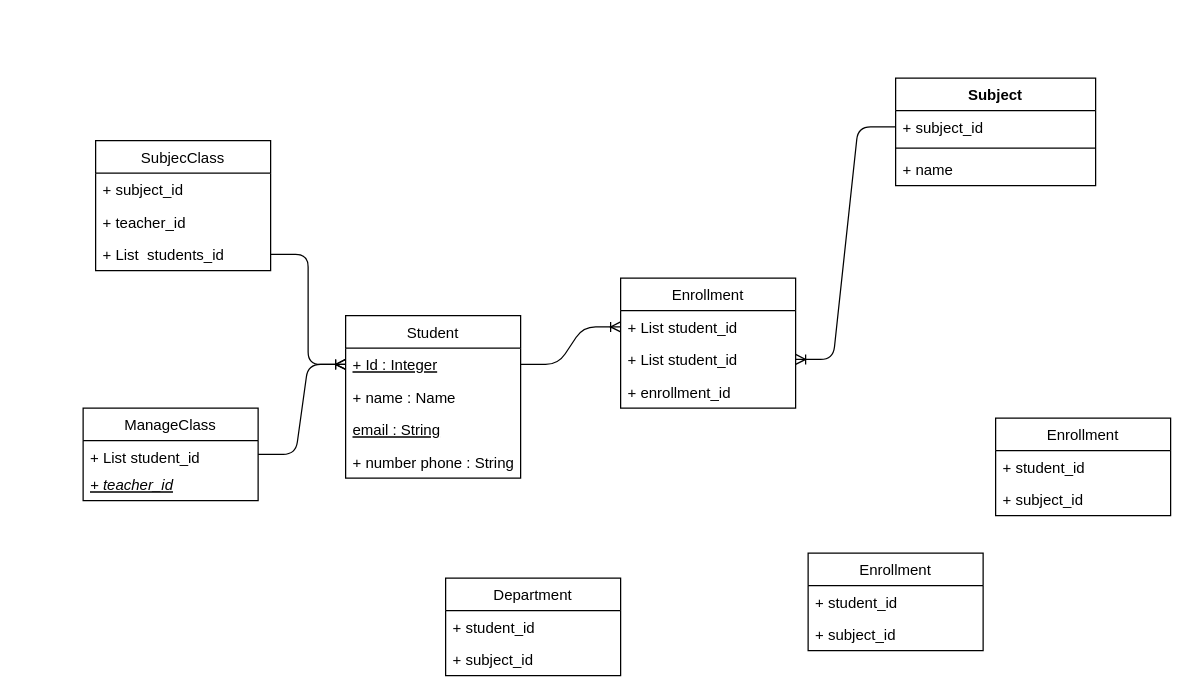
This is rewritesinhvien/class-diagram.drawio from duyhelloworld/spring-boot-learning-all, a draw.io file, before an edit. Source tidied: cells renumbered, new cells numbered last; positions are measured from the earlier drawing's top-left corner, leaving out a move shared by most shapes. Both pictures are drawn from the tidied source at 125%, with x=0, y=0 at pixel (82, 78).
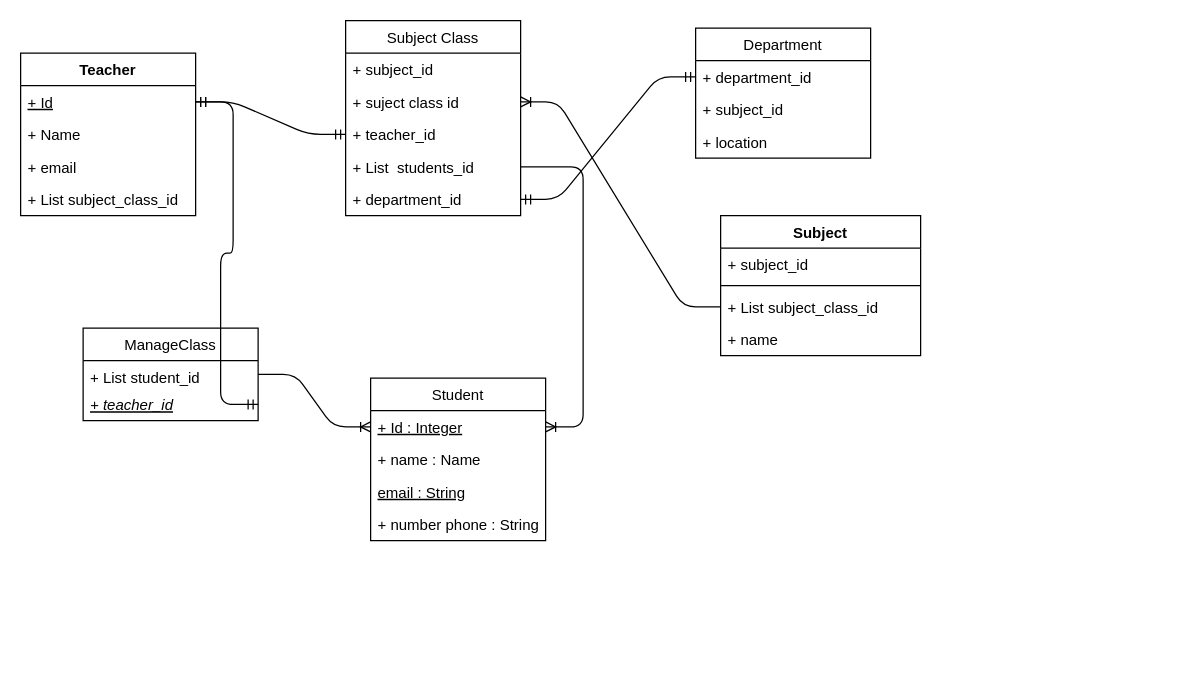
The same page after the edit.

The change refers to these unchanged cells:
```xml
<mxCell id="3" value="+ Id : Integer" style="text;strokeColor=none;fillColor=none;align=left;verticalAlign=top;spacingLeft=4;spacingRight=4;overflow=hidden;points=[[0,0.5],[1,0.5]];portConstraint=eastwest;fontStyle=4;" parent="2" vertex="1">
  <mxGeometry y="26" width="140" height="26" as="geometry" />
</mxCell>
<mxCell id="8" value="+ subject_id" style="text;strokeColor=none;fillColor=none;align=left;verticalAlign=top;spacingLeft=4;spacingRight=4;overflow=hidden;points=[[0,0.5],[1,0.5]];portConstraint=eastwest;" parent="7" vertex="1">
  <mxGeometry y="26" width="160" height="26" as="geometry" />
</mxCell>
<mxCell id="22" value="+ teacher_id" style="text;strokeColor=none;fillColor=none;align=left;verticalAlign=top;spacingLeft=4;spacingRight=4;overflow=hidden;points=[[0,0.5],[1,0.5]];portConstraint=eastwest;fontStyle=6;" parent="20" vertex="1">
  <mxGeometry y="48" width="140" height="26" as="geometry" />
</mxCell>
```

What changed in the source:
```diff
@@
     <mxCell id="2" value="Student" style="swimlane;fontStyle=0;horizontal=1;startSize=26;fillColor=none;" parent="1" vertex="1">
-      <mxGeometry x="210" y="190" width="140" height="130" as="geometry" />
+      <mxGeometry x="230" y="240" width="140" height="130" as="geometry" />
     </mxCell>
@@
-    <mxCell id="7" value="Subject&#10;" style="swimlane;fontStyle=1;align=center;verticalAlign=top;horizontal=1;startSize=26;" parent="1" vertex="1">
-      <mxGeometry x="650" width="160" height="86" as="geometry" />
+    <mxCell id="7" value="Subject" style="swimlane;fontStyle=1;align=center;verticalAlign=top;horizontal=1;startSize=26;" parent="1" vertex="1">
+      <mxGeometry x="510" y="110" width="160" height="112" as="geometry" />
     </mxCell>
@@
+    <mxCell id="35" value="+ List subject_class_id" style="text;strokeColor=none;fillColor=none;align=left;verticalAlign=top;spacingLeft=4;spacingRight=4;overflow=hidden;points=[[0,0.5],[1,0.5]];portConstraint=eastwest;" parent="7" vertex="1">
+      <mxGeometry y="60" width="160" height="26" as="geometry" />
+    </mxCell>
     <mxCell id="10" value="+ name" style="text;strokeColor=none;fillColor=none;align=left;verticalAlign=top;spacingLeft=4;spacingRight=4;overflow=hidden;" parent="7" vertex="1">
-      <mxGeometry y="60" width="160" height="26" as="geometry" />
+      <mxGeometry y="86" width="160" height="26" as="geometry" />
     </mxCell>
-    <mxCell id="11" value="Enrollment" style="swimlane;fontStyle=0;horizontal=1;startSize=26;fillColor=none;" parent="1" vertex="1">
-      <mxGeometry x="430" y="160" width="140" height="104" as="geometry" />
-    </mxCell>
-    <mxCell id="12" value="+ List student_id" style="text;strokeColor=none;fillColor=none;align=left;verticalAlign=top;spacingLeft=4;spacingRight=4;overflow=hidden;points=[[0,0.5],[1,0.5]];portConstraint=eastwest;" parent="11" vertex="1">
-      <mxGeometry y="26" width="140" height="26" as="geometry" />
-    </mxCell>
-    <mxCell id="13" value="+ List student_id" style="text;strokeColor=none;fillColor=none;align=left;verticalAlign=top;spacingLeft=4;spacingRight=4;overflow=hidden;points=[[0,0.5],[1,0.5]];portConstraint=eastwest;" parent="11" vertex="1">
-      <mxGeometry y="52" width="140" height="26" as="geometry" />
-    </mxCell>
-    <mxCell id="14" value="+ enrollment_id" style="text;strokeColor=none;fillColor=none;align=left;verticalAlign=top;spacingLeft=4;spacingRight=4;overflow=hidden;" parent="11" vertex="1">
-      <mxGeometry y="78" width="140" height="26" as="geometry" />
-    </mxCell>
-    <mxCell id="15" style="edgeStyle=entityRelationEdgeStyle;fontSize=12;endArrow=ERoneToMany;" parent="1" edge="1" source="3" target="12">
-      <mxGeometry relative="1" as="geometry" />
-    </mxCell>
-    <mxCell id="16" style="edgeStyle=entityRelationEdgeStyle;fontSize=12;endArrow=ERoneToMany;exitX=0;exitY=0.5;exitDx=0;exitDy=0;entryX=1;entryY=0.5;entryDx=0;entryDy=0;" parent="1" edge="1" source="8" target="13">
-      <mxGeometry relative="1" as="geometry" />
-    </mxCell>
-    <mxCell id="17" value="Enrollment" style="swimlane;fontStyle=0;horizontal=1;startSize=26;fillColor=none;" parent="1" vertex="1">
-      <mxGeometry x="730" y="272" width="140" height="78" as="geometry" />
-    </mxCell>
-    <mxCell id="18" value="+ student_id" style="text;strokeColor=none;fillColor=none;align=left;verticalAlign=top;spacingLeft=4;spacingRight=4;overflow=hidden;" parent="17" vertex="1">
-      <mxGeometry y="26" width="140" height="26" as="geometry" />
-    </mxCell>
-    <mxCell id="19" value="+ subject_id" style="text;strokeColor=none;fillColor=none;align=left;verticalAlign=top;spacingLeft=4;spacingRight=4;overflow=hidden;" parent="17" vertex="1">
-      <mxGeometry y="52" width="140" height="26" as="geometry" />
-    </mxCell>
     <mxCell id="20" value="ManageClass" style="swimlane;fontStyle=0;horizontal=1;startSize=26;fillColor=none;" parent="1" vertex="1">
-      <mxGeometry y="264" width="140" height="74" as="geometry" />
+      <mxGeometry y="200" width="140" height="74" as="geometry" />
     </mxCell>
@@
-    <mxCell id="23" value="SubjecClass" style="swimlane;fontStyle=0;horizontal=1;startSize=26;fillColor=none;" parent="1" vertex="1">
-      <mxGeometry x="10" y="50" width="140" height="104" as="geometry" />
+    <mxCell id="23" value="Subject Class" style="swimlane;fontStyle=0;horizontal=1;startSize=26;fillColor=none;" parent="1" vertex="1">
+      <mxGeometry x="210" y="-46" width="140" height="156" as="geometry" />
     </mxCell>
@@
+    <mxCell id="36" value="+ suject class id" style="text;strokeColor=none;fillColor=none;align=left;verticalAlign=top;spacingLeft=4;spacingRight=4;overflow=hidden;points=[[0,0.5],[1,0.5]];portConstraint=eastwest;" parent="23" vertex="1">
+      <mxGeometry y="52" width="140" height="26" as="geometry" />
+    </mxCell>
     <mxCell id="25" value="+ teacher_id" style="text;strokeColor=none;fillColor=none;align=left;verticalAlign=top;spacingLeft=4;spacingRight=4;overflow=hidden;points=[[0,0.5],[1,0.5]];portConstraint=eastwest;" parent="23" vertex="1">
-      <mxGeometry y="52" width="140" height="26" as="geometry" />
+      <mxGeometry y="78" width="140" height="26" as="geometry" />
     </mxCell>
     <mxCell id="26" value="+ List  students_id" style="text;strokeColor=none;fillColor=none;align=left;verticalAlign=top;spacingLeft=4;spacingRight=4;overflow=hidden;points=[[0,0.5],[1,0.5]];portConstraint=eastwest;" parent="23" vertex="1">
-      <mxGeometry y="78" width="140" height="26" as="geometry" />
+      <mxGeometry y="104" width="140" height="26" as="geometry" />
     </mxCell>
+    <mxCell id="37" value="+ department_id" style="text;strokeColor=none;fillColor=none;align=left;verticalAlign=top;spacingLeft=4;spacingRight=4;overflow=hidden;points=[[0,0.5],[1,0.5]];portConstraint=eastwest;" parent="23" vertex="1">
+      <mxGeometry y="130" width="140" height="26" as="geometry" />
+    </mxCell>
-    <mxCell id="27" value="Enrollment" style="swimlane;fontStyle=0;horizontal=1;startSize=26;fillColor=none;" parent="1" vertex="1">
-      <mxGeometry x="580" y="380" width="140" height="78" as="geometry" />
+    <mxCell id="27" value="Teacher" style="swimlane;fontStyle=1;horizontal=1;startSize=26;fillColor=none;" parent="1" vertex="1">
+      <mxGeometry x="-50" y="-20" width="140" height="130" as="geometry" />
     </mxCell>
-    <mxCell id="28" value="+ student_id" style="text;strokeColor=none;fillColor=none;align=left;verticalAlign=top;spacingLeft=4;spacingRight=4;overflow=hidden;" parent="27" vertex="1">
-      <mxGeometry y="26" width="140" height="26" as="geometry" />
-    </mxCell>
+    <mxCell id="38" value="+ Id" style="text;strokeColor=none;fillColor=none;align=left;verticalAlign=top;spacingLeft=4;spacingRight=4;overflow=hidden;points=[[0,0.5],[1,0.5]];portConstraint=eastwest;fontStyle=4;" parent="27" vertex="1">
+      <mxGeometry y="26" width="140" height="26" as="geometry" />
+    </mxCell>
+    <mxCell id="39" value="+ Name" style="text;strokeColor=none;fillColor=none;align=left;verticalAlign=top;spacingLeft=4;spacingRight=4;overflow=hidden;fontStyle=0;" parent="27" vertex="1">
+      <mxGeometry y="52" width="140" height="26" as="geometry" />
+    </mxCell>
-    <mxCell id="29" value="+ subject_id" style="text;strokeColor=none;fillColor=none;align=left;verticalAlign=top;spacingLeft=4;spacingRight=4;overflow=hidden;" parent="27" vertex="1">
-      <mxGeometry y="52" width="140" height="26" as="geometry" />
+    <mxCell id="29" value="+ email" style="text;strokeColor=none;fillColor=none;align=left;verticalAlign=top;spacingLeft=4;spacingRight=4;overflow=hidden;fontStyle=0;" parent="27" vertex="1">
+      <mxGeometry y="78" width="140" height="26" as="geometry" />
     </mxCell>
+    <mxCell id="40" value="+ List subject_class_id" style="text;strokeColor=none;fillColor=none;align=left;verticalAlign=top;spacingLeft=4;spacingRight=4;overflow=hidden;fontStyle=0;" parent="27" vertex="1">
+      <mxGeometry y="104" width="140" height="26" as="geometry" />
+    </mxCell>
     <mxCell id="30" value="Department" style="swimlane;fontStyle=0;horizontal=1;startSize=26;fillColor=none;" parent="1" vertex="1">
-      <mxGeometry x="290" y="400" width="140" height="78" as="geometry" />
+      <mxGeometry x="490" y="-40" width="140" height="104" as="geometry" />
     </mxCell>
-    <mxCell id="31" value="+ student_id" style="text;strokeColor=none;fillColor=none;align=left;verticalAlign=top;spacingLeft=4;spacingRight=4;overflow=hidden;" parent="30" vertex="1">
-      <mxGeometry y="26" width="140" height="26" as="geometry" />
-    </mxCell>
+    <mxCell id="41" value="+ department_id" style="text;strokeColor=none;fillColor=none;align=left;verticalAlign=top;spacingLeft=4;spacingRight=4;overflow=hidden;points=[[0,0.5],[1,0.5]];portConstraint=eastwest;" parent="30" vertex="1">
+      <mxGeometry y="26" width="140" height="26" as="geometry" />
+    </mxCell>
@@
+    <mxCell id="42" value="+ location" style="text;strokeColor=none;fillColor=none;align=left;verticalAlign=top;spacingLeft=4;spacingRight=4;overflow=hidden;" parent="30" vertex="1">
+      <mxGeometry y="78" width="140" height="26" as="geometry" />
+    </mxCell>
-    <mxCell id="33" style="edgeStyle=entityRelationEdgeStyle;fontSize=12;endArrow=ERoneToMany;entryX=0;entryY=0.5;entryDx=0;entryDy=0;" parent="1" edge="1" source="26" target="3">
+    <mxCell id="33" style="edgeStyle=entityRelationEdgeStyle;fontSize=12;endArrow=ERoneToMany;" parent="1" edge="1" source="26" target="3">
       <mxGeometry relative="1" as="geometry" />
     </mxCell>
@@
+    <mxCell id="43" style="edgeStyle=entityRelationEdgeStyle;fontSize=12;endArrow=ERoneToMany;entryX=1;entryY=0.5;entryDx=0;entryDy=0;" parent="1" edge="1" source="35" target="36">
+      <mxGeometry relative="1" as="geometry" />
+    </mxCell>
+    <mxCell id="44" style="edgeStyle=entityRelationEdgeStyle;fontSize=12;endArrow=ERmandOne;startArrow=ERmandOne;exitX=1;exitY=0.5;exitDx=0;exitDy=0;" parent="1" edge="1" source="38" target="25">
+      <mxGeometry relative="1" as="geometry" />
+    </mxCell>
+    <mxCell id="45" style="edgeStyle=entityRelationEdgeStyle;fontSize=12;endArrow=ERmandOne;startArrow=ERmandOne;exitX=1;exitY=0.5;exitDx=0;exitDy=0;" parent="1" edge="1" source="37" target="41">
+      <mxGeometry relative="1" as="geometry" />
+    </mxCell>
+    <mxCell id="46" style="edgeStyle=entityRelationEdgeStyle;fontSize=12;endArrow=ERmandOne;startArrow=ERmandOne;exitX=1;exitY=0.5;exitDx=0;exitDy=0;entryX=1;entryY=0.5;entryDx=0;entryDy=0;" parent="1" edge="1" source="22" target="38">
+      <mxGeometry relative="1" as="geometry" />
+    </mxCell>
```
